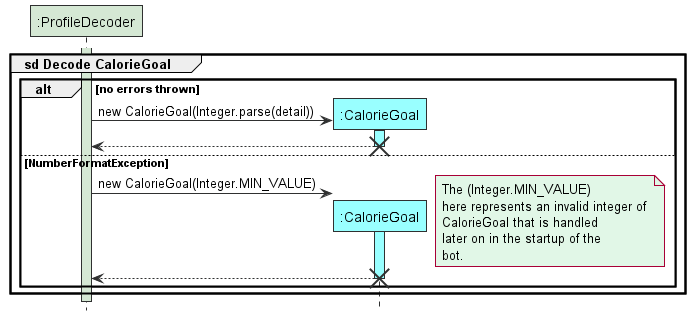
This is docs/images/DecodeCalorieGoal.png from tryyang2001/tp, a PlantUML export, as it was before one commit.
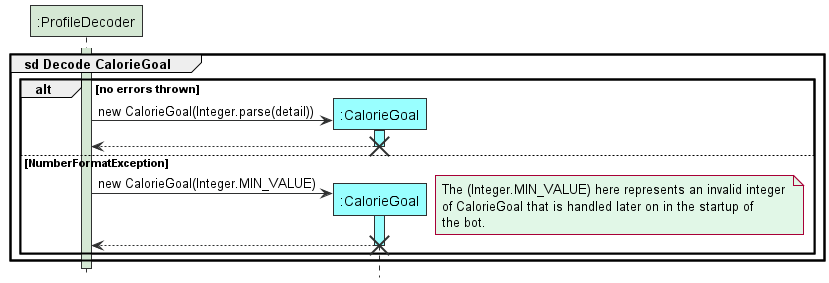
After the change.

Diff of the diagram source:
```diff
@@ -16,8 +16,11 @@
 destroy CalorieGoal
 else NumberFormatException
 ProfileDecoder -> CalorieGoal ** DATA_COLOUR: new CalorieGoal(Integer.MIN_VALUE)
-note right STORAGE_FADED_COLOUR: The (Integer.MIN_VALUE) \nhere represents an invalid integer of \nCalorieGoal that is handled\nlater on in the startup of the \nbot.
-
+note right STORAGE_FADED_COLOUR
+ The (Integer.MIN_VALUE) here represents an invalid integer
+ of CalorieGoal that is handled later on in the startup of
+ the bot.
+end note
 activate CalorieGoal DATA_COLOUR
     CalorieGoal --> ProfileDecoder
 deactivate
```
